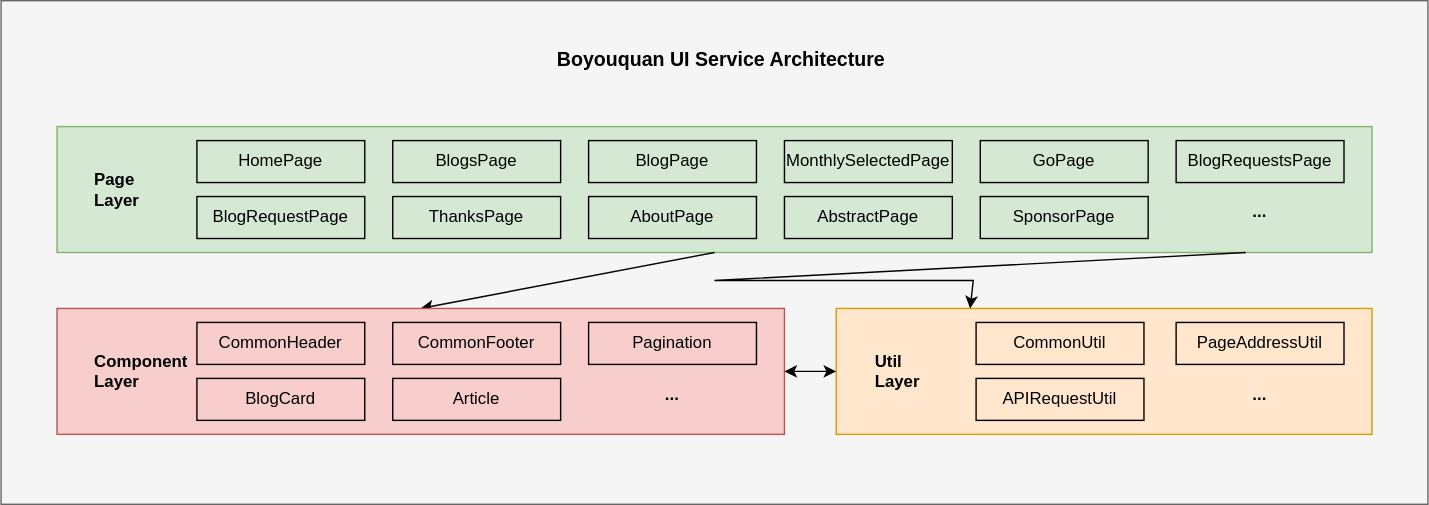
The draw.io diagram static/static/images/uploads/2024/11/boyouquan-frontend-architecture.svg in leileiluoluo/blog, before a commit. Source tidied: cells renumbered, new cells last; positions are measured from the earlier drawing's top-left corner, leaving out a move shared by most shapes. Its diagram source:
```xml
<mxGraphModel>
  <root>
    <mxCell id="0" />
    <mxCell id="1" parent="0" />
    <mxCell id="2" style="rounded=0;whiteSpace=wrap;html=1;fillColor=#e1d5e7;strokeColor=#9673a6;" parent="1" vertex="1">
      <mxGeometry x="40" y="220" width="520" height="90" as="geometry" />
    </mxCell>
    <mxCell id="3" style="rounded=0;whiteSpace=wrap;html=1;fillColor=#fad9d5;strokeColor=#ae4132;" parent="1" vertex="1">
      <mxGeometry x="40" y="220" width="520" height="90" as="geometry" />
    </mxCell>
    <mxCell id="4" value="Boyouquan API Service Architecture" style="text;html=1;align=center;verticalAlign=middle;whiteSpace=wrap;rounded=0;fontStyle=1;fontSize=14;" parent="1" vertex="1">
      <mxGeometry x="380" y="32" width="270" height="30" as="geometry" />
    </mxCell>
    <mxCell id="5" style="rounded=0;whiteSpace=wrap;html=1;fillColor=#f5f5f5;strokeColor=#666666;fontColor=#333333;" parent="1" vertex="1">
      <mxGeometry width="1020" height="360" as="geometry" />
    </mxCell>
    <mxCell id="6" style="rounded=0;whiteSpace=wrap;html=1;fillColor=#d5e8d4;strokeColor=#82b366;" parent="1" vertex="1">
      <mxGeometry x="40" y="90" width="940" height="90" as="geometry" />
    </mxCell>
    <mxCell id="7" value="BlogPage" style="rounded=0;whiteSpace=wrap;html=1;fillColor=none;" parent="1" vertex="1">
      <mxGeometry x="420" y="100" width="120" height="30" as="geometry" />
    </mxCell>
    <mxCell id="8" value="HomePage" style="rounded=0;whiteSpace=wrap;html=1;fillColor=none;" parent="1" vertex="1">
      <mxGeometry x="140" y="100" width="120" height="30" as="geometry" />
    </mxCell>
    <mxCell id="9" value="BlogsPage" style="rounded=0;whiteSpace=wrap;html=1;fillColor=none;" parent="1" vertex="1">
      <mxGeometry x="280" y="100" width="120" height="30" as="geometry" />
    </mxCell>
    <mxCell id="10" value="BlogRequestPage" style="rounded=0;whiteSpace=wrap;html=1;fillColor=none;" parent="1" vertex="1">
      <mxGeometry x="140" y="140" width="120" height="30" as="geometry" />
    </mxCell>
    <mxCell id="11" value="ThanksPage" style="rounded=0;whiteSpace=wrap;html=1;fillColor=none;" parent="1" vertex="1">
      <mxGeometry x="280" y="140" width="120" height="30" as="geometry" />
    </mxCell>
    <mxCell id="12" value="..." style="text;html=1;align=center;verticalAlign=middle;whiteSpace=wrap;rounded=0;fontStyle=1;" parent="1" vertex="1">
      <mxGeometry x="870" y="136" width="60" height="30" as="geometry" />
    </mxCell>
    <mxCell id="13" value="&lt;span style=&quot;font-size: 12px;&quot;&gt;Page&lt;/span&gt;&lt;div style=&quot;font-size: 12px;&quot;&gt;&lt;span style=&quot;background-color: initial; font-size: 12px;&quot;&gt;Layer&lt;/span&gt;&lt;/div&gt;" style="text;html=1;align=left;verticalAlign=middle;whiteSpace=wrap;rounded=0;fontStyle=1;fontSize=12;" parent="1" vertex="1">
      <mxGeometry x="65" y="120" width="60" height="30" as="geometry" />
    </mxCell>
    <mxCell id="14" style="endArrow=classic;html=1;rounded=0;exitX=0.5;exitY=1;exitDx=0;exitDy=0;entryX=0.5;entryY=0;entryDx=0;entryDy=0;" parent="1" edge="1" source="6" target="3">
      <mxGeometry relative="1" as="geometry" />
    </mxCell>
    <mxCell id="15" style="rounded=0;whiteSpace=wrap;html=1;fillColor=#ffe6cc;strokeColor=#d79b00;" parent="1" vertex="1">
      <mxGeometry x="597" y="220" width="383" height="90" as="geometry" />
    </mxCell>
    <mxCell id="16" value="CommonUtil" style="rounded=0;whiteSpace=wrap;html=1;fillColor=none;" parent="1" vertex="1">
      <mxGeometry x="697" y="230" width="120" height="30" as="geometry" />
    </mxCell>
    <mxCell id="17" value="Util&amp;nbsp;&lt;div&gt;Layer&lt;/div&gt;" style="text;html=1;align=left;verticalAlign=middle;whiteSpace=wrap;rounded=0;fontStyle=1;fontSize=12;" parent="1" vertex="1">
      <mxGeometry x="623" y="250" width="60" height="30" as="geometry" />
    </mxCell>
    <mxCell id="18" value="APIRequestUtil" style="rounded=0;whiteSpace=wrap;html=1;fillColor=none;" parent="1" vertex="1">
      <mxGeometry x="697" y="270" width="120" height="30" as="geometry" />
    </mxCell>
    <mxCell id="19" style="rounded=0;whiteSpace=wrap;html=1;fillColor=#f8cecc;strokeColor=#b85450;" parent="1" vertex="1">
      <mxGeometry x="40" y="220" width="520" height="90" as="geometry" />
    </mxCell>
    <mxCell id="20" value="PageAddressUtil" style="rounded=0;whiteSpace=wrap;html=1;fillColor=none;" parent="1" vertex="1">
      <mxGeometry x="840" y="230" width="120" height="30" as="geometry" />
    </mxCell>
    <mxCell id="21" value="..." style="text;html=1;align=center;verticalAlign=middle;whiteSpace=wrap;rounded=0;fontStyle=1;" parent="1" vertex="1">
      <mxGeometry x="870" y="267" width="60" height="30" as="geometry" />
    </mxCell>
    <mxCell id="22" style="endArrow=classic;startArrow=classic;html=1;rounded=0;entryX=0;entryY=0.5;entryDx=0;entryDy=0;exitX=1;exitY=0.5;exitDx=0;exitDy=0;" parent="1" edge="1" source="3" target="15">
      <mxGeometry relative="1" as="geometry" />
    </mxCell>
    <mxCell id="23" style="endArrow=classic;html=1;rounded=0;entryX=0.25;entryY=0;entryDx=0;entryDy=0;exitX=0.904;exitY=1;exitDx=0;exitDy=0;exitPerimeter=0;" parent="1" edge="1" source="6" target="15">
      <mxGeometry relative="1" as="geometry">
        <Array as="points">
          <mxPoint x="510" y="200" />
          <mxPoint x="695" y="200" />
        </Array>
      </mxGeometry>
    </mxCell>
    <mxCell id="24" value="CommonHeader" style="rounded=0;whiteSpace=wrap;html=1;fillColor=none;" parent="1" vertex="1">
      <mxGeometry x="140" y="230" width="120" height="30" as="geometry" />
    </mxCell>
    <mxCell id="25" value="CommonFooter" style="rounded=0;whiteSpace=wrap;html=1;fillColor=none;" parent="1" vertex="1">
      <mxGeometry x="280" y="230" width="120" height="30" as="geometry" />
    </mxCell>
    <mxCell id="26" value="Pagination" style="rounded=0;whiteSpace=wrap;html=1;fillColor=none;" parent="1" vertex="1">
      <mxGeometry x="420" y="230" width="120" height="30" as="geometry" />
    </mxCell>
    <mxCell id="27" value="BlogCard" style="rounded=0;whiteSpace=wrap;html=1;fillColor=none;" parent="1" vertex="1">
      <mxGeometry x="140" y="270" width="120" height="30" as="geometry" />
    </mxCell>
    <mxCell id="28" value="Article" style="rounded=0;whiteSpace=wrap;html=1;fillColor=none;" parent="1" vertex="1">
      <mxGeometry x="280" y="270" width="120" height="30" as="geometry" />
    </mxCell>
    <mxCell id="29" value="..." style="text;html=1;align=center;verticalAlign=middle;whiteSpace=wrap;rounded=0;fontStyle=1;" parent="1" vertex="1">
      <mxGeometry x="450" y="267" width="60" height="30" as="geometry" />
    </mxCell>
    <mxCell id="30" value="&lt;span style=&quot;font-size: 12px;&quot;&gt;Component&lt;/span&gt;&lt;div style=&quot;font-size: 12px;&quot;&gt;&lt;span style=&quot;font-size: 12px;&quot;&gt;Layer&lt;/span&gt;&lt;/div&gt;" style="text;html=1;align=left;verticalAlign=middle;whiteSpace=wrap;rounded=0;fontStyle=1;fontSize=12;" parent="1" vertex="1">
      <mxGeometry x="65" y="250" width="60" height="30" as="geometry" />
    </mxCell>
    <mxCell id="31" value="Boyouquan UI Service Architecture" style="text;html=1;align=center;verticalAlign=middle;whiteSpace=wrap;rounded=0;fontStyle=1;fontSize=14;" parent="1" vertex="1">
      <mxGeometry x="380" y="27" width="270" height="30" as="geometry" />
    </mxCell>
    <mxCell id="32" value="BlogRequestsPage" style="rounded=0;whiteSpace=wrap;html=1;fillColor=none;" parent="1" vertex="1">
      <mxGeometry x="840" y="100" width="120" height="30" as="geometry" />
    </mxCell>
    <mxCell id="33" value="MonthlySelectedPage" style="rounded=0;whiteSpace=wrap;html=1;fillColor=none;" parent="1" vertex="1">
      <mxGeometry x="560" y="100" width="120" height="30" as="geometry" />
    </mxCell>
    <mxCell id="34" value="GoPage" style="rounded=0;whiteSpace=wrap;html=1;fillColor=none;" parent="1" vertex="1">
      <mxGeometry x="700" y="100" width="120" height="30" as="geometry" />
    </mxCell>
    <mxCell id="35" value="AboutPage" style="rounded=0;whiteSpace=wrap;html=1;fillColor=none;" parent="1" vertex="1">
      <mxGeometry x="420" y="140" width="120" height="30" as="geometry" />
    </mxCell>
    <mxCell id="36" value="AbstractPage" style="rounded=0;whiteSpace=wrap;html=1;fillColor=none;" parent="1" vertex="1">
      <mxGeometry x="560" y="140" width="120" height="30" as="geometry" />
    </mxCell>
    <mxCell id="37" value="SponsorPage" style="rounded=0;whiteSpace=wrap;html=1;fillColor=none;" parent="1" vertex="1">
      <mxGeometry x="700" y="140" width="120" height="30" as="geometry" />
    </mxCell>
  </root>
</mxGraphModel>
```
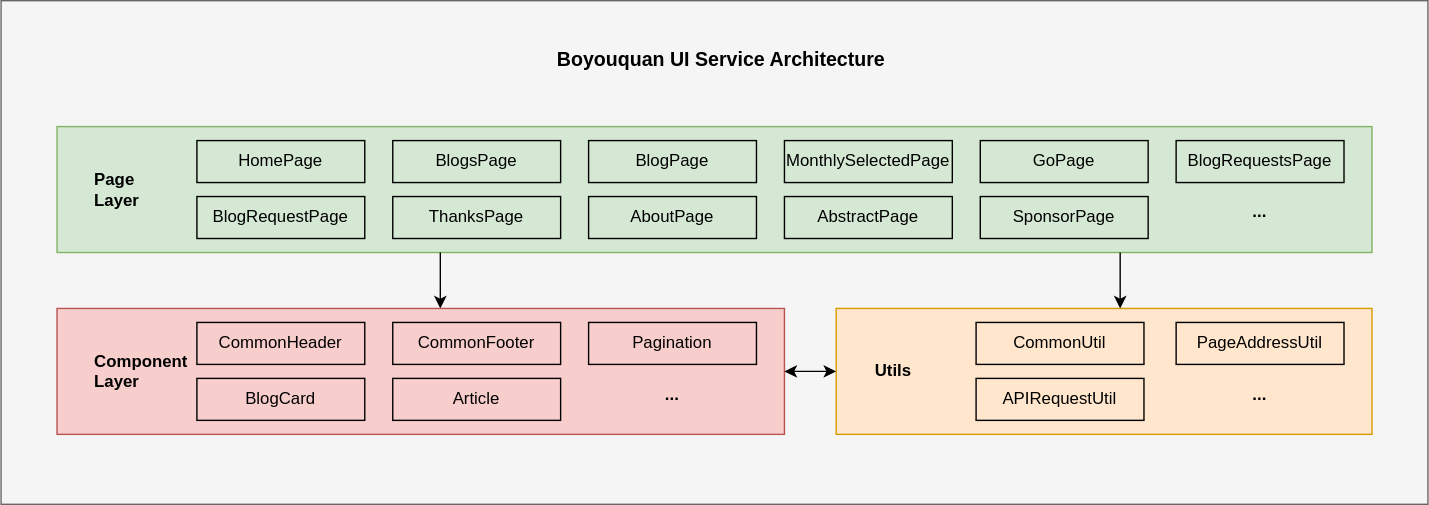
The same file after the commit.

Commit message:
boyouquan v2 intro

The edit, as a diff of the source:
```diff
@@ -38,8 +38,11 @@
     <mxCell id="13" value="&lt;span style=&quot;font-size: 12px;&quot;&gt;Page&lt;/span&gt;&lt;div style=&quot;font-size: 12px;&quot;&gt;&lt;span style=&quot;background-color: initial; font-size: 12px;&quot;&gt;Layer&lt;/span&gt;&lt;/div&gt;" style="text;html=1;align=left;verticalAlign=middle;whiteSpace=wrap;rounded=0;fontStyle=1;fontSize=12;" parent="1" vertex="1">
       <mxGeometry x="65" y="120" width="60" height="30" as="geometry" />
     </mxCell>
-    <mxCell id="14" style="endArrow=classic;html=1;rounded=0;exitX=0.5;exitY=1;exitDx=0;exitDy=0;entryX=0.5;entryY=0;entryDx=0;entryDy=0;" parent="1" edge="1" source="6" target="3">
-      <mxGeometry relative="1" as="geometry" />
+    <mxCell id="14" style="endArrow=classic;html=1;rounded=0;" parent="1" edge="1">
+      <mxGeometry relative="1" as="geometry">
+        <mxPoint x="314" y="180" as="sourcePoint" />
+        <mxPoint x="314" y="220" as="targetPoint" />
+      </mxGeometry>
     </mxCell>
     <mxCell id="15" style="rounded=0;whiteSpace=wrap;html=1;fillColor=#ffe6cc;strokeColor=#d79b00;" parent="1" vertex="1">
       <mxGeometry x="597" y="220" width="383" height="90" as="geometry" />
@@ -47,7 +50,7 @@
     <mxCell id="16" value="CommonUtil" style="rounded=0;whiteSpace=wrap;html=1;fillColor=none;" parent="1" vertex="1">
       <mxGeometry x="697" y="230" width="120" height="30" as="geometry" />
     </mxCell>
-    <mxCell id="17" value="Util&amp;nbsp;&lt;div&gt;Layer&lt;/div&gt;" style="text;html=1;align=left;verticalAlign=middle;whiteSpace=wrap;rounded=0;fontStyle=1;fontSize=12;" parent="1" vertex="1">
+    <mxCell id="17" value="Utils" style="text;html=1;align=left;verticalAlign=middle;whiteSpace=wrap;rounded=0;fontStyle=1;fontSize=12;" parent="1" vertex="1">
       <mxGeometry x="623" y="250" width="60" height="30" as="geometry" />
     </mxCell>
     <mxCell id="18" value="APIRequestUtil" style="rounded=0;whiteSpace=wrap;html=1;fillColor=none;" parent="1" vertex="1">
@@ -65,14 +68,6 @@
     <mxCell id="22" style="endArrow=classic;startArrow=classic;html=1;rounded=0;entryX=0;entryY=0.5;entryDx=0;entryDy=0;exitX=1;exitY=0.5;exitDx=0;exitDy=0;" parent="1" edge="1" source="3" target="15">
       <mxGeometry relative="1" as="geometry" />
     </mxCell>
-    <mxCell id="23" style="endArrow=classic;html=1;rounded=0;entryX=0.25;entryY=0;entryDx=0;entryDy=0;exitX=0.904;exitY=1;exitDx=0;exitDy=0;exitPerimeter=0;" parent="1" edge="1" source="6" target="15">
-      <mxGeometry relative="1" as="geometry">
-        <Array as="points">
-          <mxPoint x="510" y="200" />
-          <mxPoint x="695" y="200" />
-        </Array>
-      </mxGeometry>
-    </mxCell>
     <mxCell id="24" value="CommonHeader" style="rounded=0;whiteSpace=wrap;html=1;fillColor=none;" parent="1" vertex="1">
       <mxGeometry x="140" y="230" width="120" height="30" as="geometry" />
     </mxCell>
@@ -115,5 +110,11 @@
     <mxCell id="37" value="SponsorPage" style="rounded=0;whiteSpace=wrap;html=1;fillColor=none;" parent="1" vertex="1">
       <mxGeometry x="700" y="140" width="120" height="30" as="geometry" />
     </mxCell>
+    <mxCell id="38" style="endArrow=classic;html=1;rounded=0;" parent="1" edge="1">
+      <mxGeometry relative="1" as="geometry">
+        <mxPoint x="800" y="180" as="sourcePoint" />
+        <mxPoint x="800" y="220" as="targetPoint" />
+      </mxGeometry>
+    </mxCell>
   </root>
 </mxGraphModel>
```
